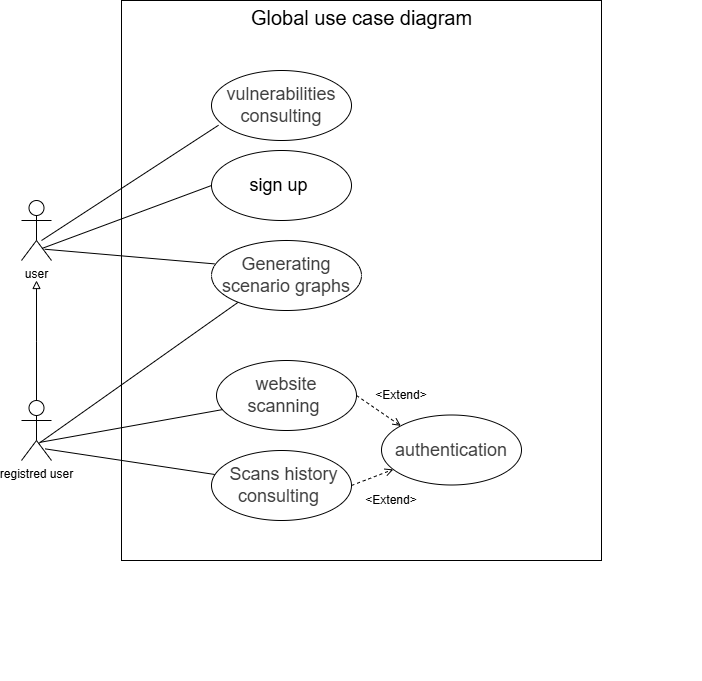
guizanimohamed23/report keeps this draw.io diagram as uploads/diagrams/use case general .drawio.png. Above is the earlier version. Source tidied: cells renumbered, new cells last; positions are measured from the earlier drawing's top-left corner, leaving out a move shared by most shapes.
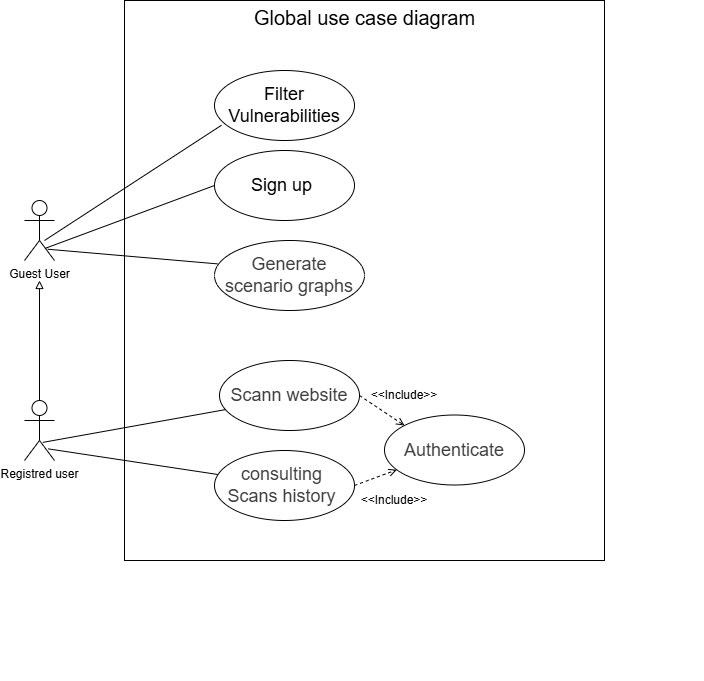
The same file after the commit.

The edit, as a diff of the source:
```diff
@@ -5,10 +5,10 @@
     <mxCell id="2" style="group;" parent="1" vertex="1">
       <mxGeometry width="680" height="680" as="geometry" />
     </mxCell>
-    <mxCell id="3" value="user" style="shape=umlActor;verticalLabelPosition=bottom;verticalAlign=top;html=1;" parent="2" vertex="1">
+    <mxCell id="3" value="Guest User" style="shape=umlActor;verticalLabelPosition=bottom;verticalAlign=top;html=1;" parent="2" vertex="1">
       <mxGeometry y="200" width="30" height="60" as="geometry" />
     </mxCell>
-    <mxCell id="4" value="registred user" style="shape=umlActor;verticalLabelPosition=bottom;verticalAlign=top;html=1;" parent="2" vertex="1">
+    <mxCell id="4" value="Registred user" style="shape=umlActor;verticalLabelPosition=bottom;verticalAlign=top;html=1;" parent="2" vertex="1">
       <mxGeometry y="400" width="30" height="60" as="geometry" />
     </mxCell>
     <mxCell id="5" style="endArrow=block;endFill=0;html=1;edgeStyle=orthogonalEdgeStyle;align=left;verticalAlign=top;rounded=0;exitX=0.5;exitY=0;exitDx=0;exitDy=0;exitPerimeter=0;" parent="2" edge="1" source="4">
@@ -19,7 +19,7 @@
     <mxCell id="6" value="&amp;nbsp; &amp;nbsp; " style="rounded=0;whiteSpace=wrap;html=1;" parent="2" vertex="1">
       <mxGeometry x="100" width="480" height="560" as="geometry" />
     </mxCell>
-    <mxCell id="7" value="&lt;font style=&quot;font-size: 18px;&quot;&gt;sign up&amp;nbsp;&lt;/font&gt;" style="ellipse;whiteSpace=wrap;html=1;" parent="2" vertex="1">
+    <mxCell id="7" value="&lt;font style=&quot;font-size: 18px;&quot;&gt;Sign up&amp;nbsp;&lt;/font&gt;" style="ellipse;whiteSpace=wrap;html=1;" parent="2" vertex="1">
       <mxGeometry x="190" y="150" width="140" height="70" as="geometry" />
     </mxCell>
     <mxCell id="8" style="endArrow=none;html=1;rounded=0;exitX=0.667;exitY=0.667;exitDx=0;exitDy=0;exitPerimeter=0;entryX=0.05;entryY=0.782;entryDx=0;entryDy=0;entryPerimeter=0;" parent="2" edge="1" source="3">
@@ -38,9 +38,6 @@
         <mxPoint x="227" y="404.4" as="targetPoint" />
       </mxGeometry>
     </mxCell>
-    <mxCell id="12" style="endArrow=none;html=1;rounded=0;exitX=0.571;exitY=0.717;exitDx=0;exitDy=0;exitPerimeter=0;entryX=0.186;entryY=0.87;entryDx=0;entryDy=0;entryPerimeter=0;" parent="2" edge="1" source="4" target="20">
-      <mxGeometry relative="1" as="geometry" />
-    </mxCell>
     <mxCell id="13" style="endArrow=open;html=1;rounded=0;exitX=1;exitY=0.5;exitDx=0;exitDy=0;dashed=1;endFill=0;entryX=0;entryY=0;entryDx=0;entryDy=0;" parent="2" edge="1" source="21" target="22">
       <mxGeometry relative="1" as="geometry" />
     </mxCell>
@@ -55,25 +52,25 @@
     <mxCell id="16" value="&lt;font style=&quot;font-size: 20px;&quot;&gt;Global use case diagram&lt;/font&gt;&lt;div&gt;&lt;br&gt;&lt;/div&gt;" style="text;html=1;align=center;verticalAlign=middle;strokeColor=none;fillColor=none;" parent="2" vertex="1">
       <mxGeometry x="220" width="240" height="50" as="geometry" />
     </mxCell>
-    <mxCell id="17" value="&amp;lt;Extend&amp;gt;" style="text;html=1;align=center;verticalAlign=middle;whiteSpace=wrap;rounded=0;" parent="2" vertex="1">
+    <mxCell id="17" value="&amp;lt;&amp;lt;Include&amp;gt;&amp;gt;" style="text;html=1;align=center;verticalAlign=middle;whiteSpace=wrap;rounded=0;" parent="2" vertex="1">
       <mxGeometry x="350" y="380" width="60" height="30" as="geometry" />
     </mxCell>
-    <mxCell id="18" value="&amp;lt;Extend&amp;gt;" style="text;html=1;align=center;verticalAlign=middle;whiteSpace=wrap;rounded=0;" parent="2" vertex="1">
+    <mxCell id="18" value="&amp;lt;&amp;lt;Include&amp;gt;&amp;gt;" style="text;html=1;align=center;verticalAlign=middle;whiteSpace=wrap;rounded=0;" parent="2" vertex="1">
       <mxGeometry x="340" y="484.5" width="60" height="30" as="geometry" />
     </mxCell>
-    <mxCell id="19" value="&lt;span style=&quot;color: rgb(63, 63, 63); font-size: 18px;&quot;&gt;vulnerabilities consulting&lt;/span&gt;" style="ellipse;whiteSpace=wrap;html=1;" parent="2" vertex="1">
+    <mxCell id="19" value="&lt;span style=&quot;font-size: 18px;&quot;&gt;Filter Vulnerabilities&lt;/span&gt;" style="ellipse;whiteSpace=wrap;html=1;" parent="2" vertex="1">
       <mxGeometry x="190" y="70" width="140" height="70" as="geometry" />
     </mxCell>
-    <mxCell id="20" value="&lt;span style=&quot;color: rgb(63, 63, 63);&quot;&gt;&lt;font style=&quot;font-size: 18px;&quot;&gt;Generating scenario graphs&lt;/font&gt;&lt;/span&gt;" style="ellipse;whiteSpace=wrap;html=1;" parent="2" vertex="1">
+    <mxCell id="20" value="&lt;span style=&quot;color: rgb(63, 63, 63);&quot;&gt;&lt;font style=&quot;font-size: 18px;&quot;&gt;Generate scenario graphs&lt;/font&gt;&lt;/span&gt;" style="ellipse;whiteSpace=wrap;html=1;" parent="2" vertex="1">
       <mxGeometry x="190" y="240" width="150" height="70" as="geometry" />
     </mxCell>
-    <mxCell id="21" value="&lt;span style=&quot;color: rgb(63, 63, 63); font-size: 18px;&quot;&gt;website scanning&amp;nbsp;&lt;/span&gt;" style="ellipse;whiteSpace=wrap;html=1;" parent="2" vertex="1">
+    <mxCell id="21" value="&lt;span style=&quot;color: rgb(63, 63, 63); font-size: 18px;&quot;&gt;Scann website&lt;/span&gt;" style="ellipse;whiteSpace=wrap;html=1;" parent="2" vertex="1">
       <mxGeometry x="195" y="360" width="140" height="70" as="geometry" />
     </mxCell>
-    <mxCell id="22" value="&lt;span style=&quot;color: rgb(63, 63, 63); font-size: 18px;&quot;&gt;authentication&lt;/span&gt;" style="ellipse;whiteSpace=wrap;html=1;" parent="2" vertex="1">
+    <mxCell id="22" value="&lt;span style=&quot;color: rgb(63, 63, 63); font-size: 18px;&quot;&gt;Authenticate&lt;/span&gt;" style="ellipse;whiteSpace=wrap;html=1;" parent="2" vertex="1">
       <mxGeometry x="360" y="414.5" width="140" height="70" as="geometry" />
     </mxCell>
-    <mxCell id="23" value="&lt;span style=&quot;color: rgb(63, 63, 63); font-size: 18px;&quot;&gt;&amp;nbsp;Scans history consulting&amp;nbsp;&lt;/span&gt;" style="ellipse;whiteSpace=wrap;html=1;" parent="2" vertex="1">
+    <mxCell id="23" value="&lt;span style=&quot;color: rgb(63, 63, 63); font-size: 18px;&quot;&gt;&amp;nbsp;&lt;span style=&quot;color: rgb(63, 63, 63);&quot;&gt;consulting&amp;nbsp;&amp;nbsp;&lt;/span&gt;&lt;/span&gt;&lt;div&gt;&lt;span style=&quot;color: rgb(63, 63, 63); font-size: 18px;&quot;&gt;Scans history&amp;nbsp;&lt;/span&gt;&lt;/div&gt;" style="ellipse;whiteSpace=wrap;html=1;" parent="2" vertex="1">
       <mxGeometry x="190" y="450" width="140" height="70" as="geometry" />
     </mxCell>
   </root>
```
